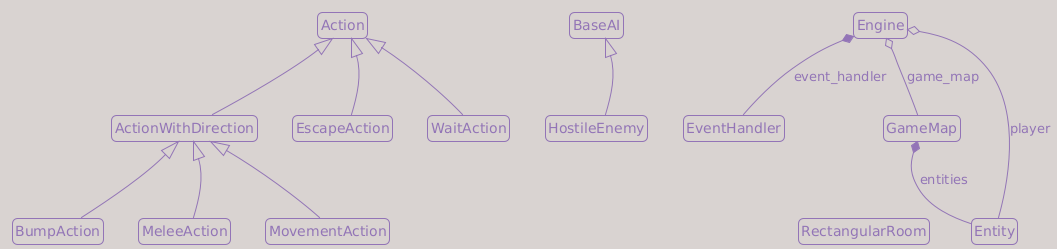
Above: content/tutorials/tcod/v3/images/part5_classes.png in Darky-Lucera/roguelike-tutorials-website (PlantUML), before the change.
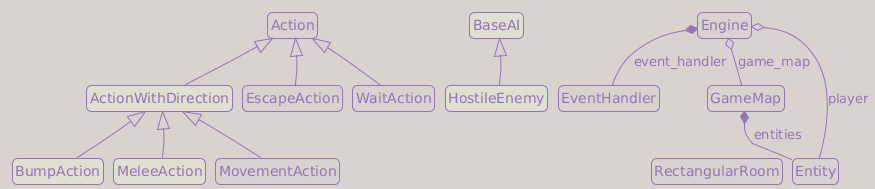
Later version of the same file.

Change to the diagram source:
```diff
@@ -14,22 +14,25 @@
 skinparam noteMargin 2
 skinparam notePadding 2
 
+skinparam nodesep 10
+skinparam ranksep 30
+
 set namespaceSeparator none
 
 class "Action" as game.actions.Action {
   {abstract}perform(engine: Engine, entity: Entity) -> None
 }
 
-class "ActionWithDirection" as game.actions.ActionWithDirection {
+class "ActionWithDirection" as game.actions.ActionWithDirection #e0e0d0 {
   dx : int
   dy : int
 }
 
-class "BaseAI" as game.components.ai.BaseAI {
+class "BaseAI" as game.components.ai.BaseAI #e0e0d0 {
   {abstract}perform(engine: Engine, entity: Entity) -> None
 }
 
-class "BumpAction" as game.actions.BumpAction {
+class "BumpAction" as game.actions.BumpAction #e0e0d0 {
   perform(engine: Engine, entity: Entity) -> None
 }
 
@@ -83,11 +86,11 @@
   render(console: Console) -> None
 }
 
-class "HostileEnemy" as game.components.ai.HostileEnemy {
+class "HostileEnemy" as game.components.ai.HostileEnemy #e0e0d0 {
   perform(engine: Engine, entity: Entity) -> None
 }
 
-class "MeleeAction" as game.actions.MeleeAction {
+class "MeleeAction" as game.actions.MeleeAction #e0e0d0 {
   perform(engine: Engine, entity: Entity) -> None
 }
 
```
